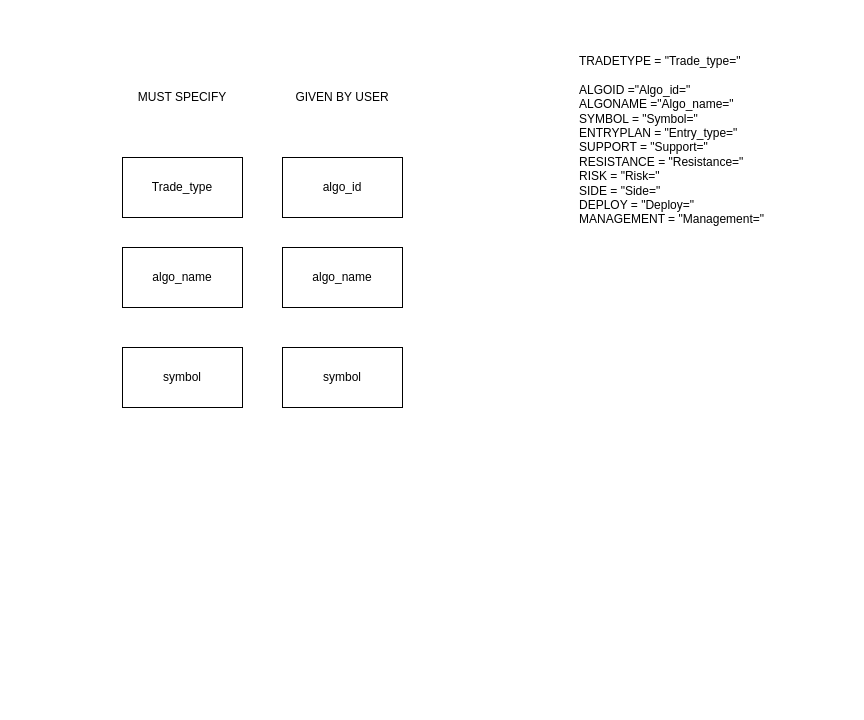
Earlier version of the draw.io diagram blueprints/ALGO_API.drawio (chiaochiaoo/GoodTrade). Source tidied: cells renumbered, new cells numbered last; positions are measured from the earlier drawing's top-left corner, leaving out a move shared by most shapes. Both pictures are drawn from the tidied source at 100%, with x=0, y=0 at pixel (117, 47).
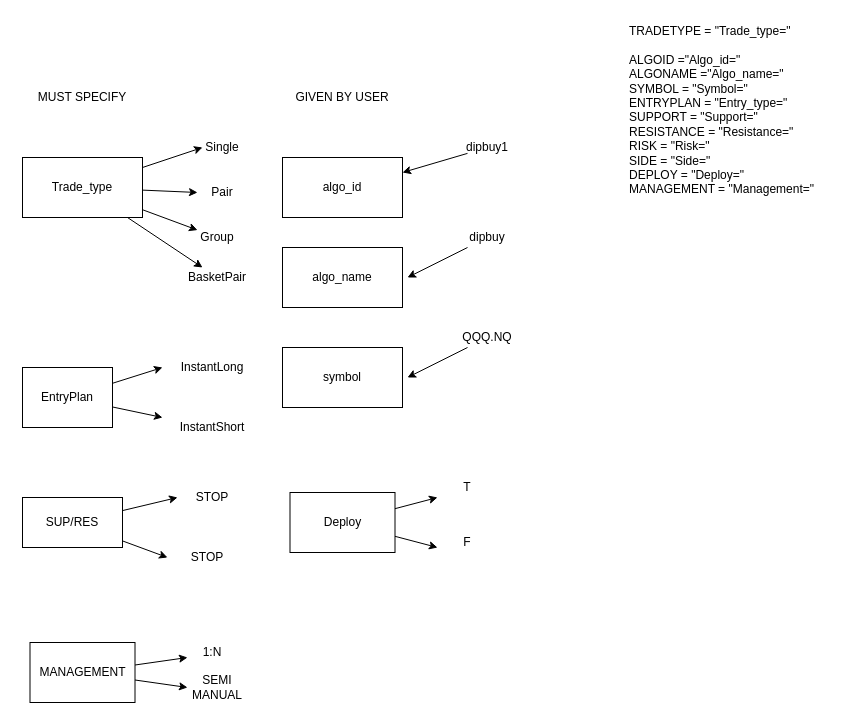
After the change.

Unchanged cells that the change refers to:
```xml
<mxCell id="2" value="algo_id" style="rounded=0;whiteSpace=wrap;html=1;" parent="1" vertex="1">
  <mxGeometry x="165" y="110" width="120" height="60" as="geometry" />
</mxCell>
```

Change to the diagram source:
```diff
@@
     <mxCell id="6" value="TRADETYPE = &quot;Trade_type=&quot;&lt;br&gt;&lt;br&gt;ALGOID =&quot;Algo_id=&quot;&lt;br&gt;ALGONAME =&quot;Algo_name=&quot;&lt;br&gt;SYMBOL = &quot;Symbol=&quot;&lt;br&gt;ENTRYPLAN = &quot;Entry_type=&quot;&lt;br&gt;SUPPORT = &quot;Support=&quot;&lt;br&gt;RESISTANCE = &quot;Resistance=&quot;&lt;br&gt;RISK =  &quot;Risk=&quot;&lt;br&gt;SIDE =  &quot;Side=&quot;&lt;br&gt;DEPLOY = &quot;Deploy=&quot;&lt;br&gt;MANAGEMENT = &quot;Management=&quot;" style="text;whiteSpace=wrap;html=1;" parent="1" vertex="1">
-      <mxGeometry x="460" width="270" height="250" as="geometry" />
+      <mxGeometry x="510" y="-30" width="200" height="190" as="geometry" />
     </mxCell>
+    <mxCell id="11" style="edgeStyle=none;rounded=0;jettySize=auto;html=1;entryX=0;entryY=0.5;entryDx=0;entryDy=0;" parent="1" edge="1" source="7" target="22">
+      <mxGeometry relative="1" as="geometry" />
+    </mxCell>
+    <mxCell id="12" style="edgeStyle=none;rounded=0;jettySize=auto;html=1;entryX=0;entryY=0.5;entryDx=0;entryDy=0;" parent="1" edge="1" source="7" target="23">
+      <mxGeometry relative="1" as="geometry" />
+    </mxCell>
+    <mxCell id="13" style="edgeStyle=none;rounded=0;jettySize=auto;html=1;" parent="1" edge="1" source="7" target="24">
+      <mxGeometry relative="1" as="geometry" />
+    </mxCell>
+    <mxCell id="14" style="edgeStyle=none;rounded=0;jettySize=auto;html=1;" parent="1" edge="1" source="7" target="25">
+      <mxGeometry relative="1" as="geometry" />
+    </mxCell>
     <mxCell id="7" value="Trade_type" style="rounded=0;whiteSpace=wrap;html=1;" parent="1" vertex="1">
-      <mxGeometry x="5" y="110" width="120" height="60" as="geometry" />
+      <mxGeometry x="-95" y="110" width="120" height="60" as="geometry" />
     </mxCell>
-    <mxCell id="8" value="algo_name" style="rounded=0;whiteSpace=wrap;html=1;" parent="1" vertex="1">
-      <mxGeometry x="5" y="200" width="120" height="60" as="geometry" />
-    </mxCell>
-    <mxCell id="9" value="symbol" style="rounded=0;whiteSpace=wrap;html=1;" parent="1" vertex="1">
-      <mxGeometry x="5" y="300" width="120" height="60" as="geometry" />
-    </mxCell>
     <mxCell id="10" value="MUST SPECIFY" style="text;html=1;strokeColor=none;fillColor=none;align=center;verticalAlign=middle;whiteSpace=wrap;rounded=0;" parent="1" vertex="1">
-      <mxGeometry y="40" width="130" height="20" as="geometry" />
+      <mxGeometry x="-100" y="40" width="130" height="20" as="geometry" />
     </mxCell>
+    <mxCell id="15" style="edgeStyle=none;rounded=0;jettySize=auto;html=1;entryX=1;entryY=0.25;entryDx=0;entryDy=0;" parent="1" edge="1" source="16" target="2">
+      <mxGeometry relative="1" as="geometry" />
+    </mxCell>
+    <mxCell id="16" value="dipbuy1" style="text;html=1;strokeColor=none;fillColor=none;align=center;verticalAlign=middle;whiteSpace=wrap;rounded=0;" parent="1" vertex="1">
+      <mxGeometry x="350" y="90" width="40" height="20" as="geometry" />
+    </mxCell>
+    <mxCell id="17" style="edgeStyle=none;rounded=0;orthogonalLoop=1;jettySize=auto;html=1;exitX=0.5;exitY=0;exitDx=0;exitDy=0;" parent="1" edge="1" source="16" target="16">
+      <mxGeometry relative="1" as="geometry" />
+    </mxCell>
+    <mxCell id="18" style="edgeStyle=none;rounded=0;jettySize=auto;html=1;" parent="1" edge="1" source="19">
+      <mxGeometry relative="1" as="geometry">
+        <mxPoint x="290" y="230" as="targetPoint" />
+      </mxGeometry>
+    </mxCell>
+    <mxCell id="19" value="dipbuy" style="text;html=1;strokeColor=none;fillColor=none;align=center;verticalAlign=middle;whiteSpace=wrap;rounded=0;" parent="1" vertex="1">
+      <mxGeometry x="350" y="170" width="40" height="40" as="geometry" />
+    </mxCell>
+    <mxCell id="20" style="edgeStyle=none;rounded=0;jettySize=auto;html=1;" parent="1" edge="1" source="21">
+      <mxGeometry relative="1" as="geometry">
+        <mxPoint x="290" y="330" as="targetPoint" />
+      </mxGeometry>
+    </mxCell>
+    <mxCell id="21" value="QQQ.NQ" style="text;html=1;strokeColor=none;fillColor=none;align=center;verticalAlign=middle;whiteSpace=wrap;rounded=0;" parent="1" vertex="1">
+      <mxGeometry x="350" y="270" width="40" height="40" as="geometry" />
+    </mxCell>
+    <mxCell id="22" value="Single" style="text;html=1;strokeColor=none;fillColor=none;align=center;verticalAlign=middle;whiteSpace=wrap;rounded=0;" parent="1" vertex="1">
+      <mxGeometry x="85" y="90" width="40" height="20" as="geometry" />
+    </mxCell>
+    <mxCell id="23" value="Pair" style="text;html=1;strokeColor=none;fillColor=none;align=center;verticalAlign=middle;whiteSpace=wrap;rounded=0;" parent="1" vertex="1">
+      <mxGeometry x="80" y="130" width="50" height="30" as="geometry" />
+    </mxCell>
+    <mxCell id="24" value="Group" style="text;html=1;strokeColor=none;fillColor=none;align=center;verticalAlign=middle;whiteSpace=wrap;rounded=0;" parent="1" vertex="1">
+      <mxGeometry x="80" y="180" width="40" height="20" as="geometry" />
+    </mxCell>
+    <mxCell id="25" value="BasketPair" style="text;html=1;strokeColor=none;fillColor=none;align=center;verticalAlign=middle;whiteSpace=wrap;rounded=0;" parent="1" vertex="1">
+      <mxGeometry x="80" y="220" width="40" height="20" as="geometry" />
+    </mxCell>
+    <mxCell id="26" style="edgeStyle=none;rounded=0;jettySize=auto;html=1;" parent="1" edge="1" source="28">
+      <mxGeometry relative="1" as="geometry">
+        <mxPoint x="45" y="320" as="targetPoint" />
+      </mxGeometry>
+    </mxCell>
+    <mxCell id="27" style="edgeStyle=none;rounded=0;jettySize=auto;html=1;" parent="1" edge="1" source="28">
+      <mxGeometry relative="1" as="geometry">
+        <mxPoint x="45" y="370" as="targetPoint" />
+      </mxGeometry>
+    </mxCell>
+    <mxCell id="28" value="EntryPlan" style="rounded=0;whiteSpace=wrap;html=1;" parent="1" vertex="1">
+      <mxGeometry x="-95" y="320" width="90" height="60" as="geometry" />
+    </mxCell>
+    <mxCell id="29" value="InstantLong" style="text;html=1;strokeColor=none;fillColor=none;align=center;verticalAlign=middle;whiteSpace=wrap;rounded=0;" parent="1" vertex="1">
+      <mxGeometry x="75" y="310" width="40" height="20" as="geometry" />
+    </mxCell>
+    <mxCell id="30" value="InstantShort" style="text;html=1;strokeColor=none;fillColor=none;align=center;verticalAlign=middle;whiteSpace=wrap;rounded=0;" parent="1" vertex="1">
+      <mxGeometry x="75" y="370" width="40" height="20" as="geometry" />
+    </mxCell>
+    <mxCell id="31" style="edgeStyle=none;rounded=0;jettySize=auto;html=1;" parent="1" edge="1" source="33">
+      <mxGeometry relative="1" as="geometry">
+        <mxPoint x="60" y="450" as="targetPoint" />
+      </mxGeometry>
+    </mxCell>
+    <mxCell id="32" style="edgeStyle=none;rounded=0;jettySize=auto;html=1;" parent="1" edge="1" source="33">
+      <mxGeometry relative="1" as="geometry">
+        <mxPoint x="50" y="510" as="targetPoint" />
+      </mxGeometry>
+    </mxCell>
+    <mxCell id="33" value="SUP/RES" style="rounded=0;whiteSpace=wrap;html=1;" parent="1" vertex="1">
+      <mxGeometry x="-95" y="450" width="100" height="50" as="geometry" />
+    </mxCell>
+    <mxCell id="34" value="STOP" style="text;html=1;strokeColor=none;fillColor=none;align=center;verticalAlign=middle;whiteSpace=wrap;rounded=0;" parent="1" vertex="1">
+      <mxGeometry x="70" y="500" width="40" height="20" as="geometry" />
+    </mxCell>
+    <mxCell id="35" value="STOP" style="text;html=1;strokeColor=none;fillColor=none;align=center;verticalAlign=middle;whiteSpace=wrap;rounded=0;" parent="1" vertex="1">
+      <mxGeometry x="75" y="440" width="40" height="20" as="geometry" />
+    </mxCell>
+    <mxCell id="36" style="edgeStyle=none;rounded=0;jettySize=auto;html=1;" parent="1" edge="1" source="38">
+      <mxGeometry relative="1" as="geometry">
+        <mxPoint x="320" y="450" as="targetPoint" />
+      </mxGeometry>
+    </mxCell>
+    <mxCell id="37" style="edgeStyle=none;rounded=0;jettySize=auto;html=1;" parent="1" edge="1" source="38">
+      <mxGeometry relative="1" as="geometry">
+        <mxPoint x="320" y="500" as="targetPoint" />
+      </mxGeometry>
+    </mxCell>
+    <mxCell id="38" value="Deploy" style="rounded=0;whiteSpace=wrap;html=1;" parent="1" vertex="1">
+      <mxGeometry x="172.5" y="445" width="105" height="60" as="geometry" />
+    </mxCell>
+    <mxCell id="39" value="T" style="text;html=1;strokeColor=none;fillColor=none;align=center;verticalAlign=middle;whiteSpace=wrap;rounded=0;" parent="1" vertex="1">
+      <mxGeometry x="330" y="430" width="40" height="20" as="geometry" />
+    </mxCell>
+    <mxCell id="40" value="F" style="text;html=1;strokeColor=none;fillColor=none;align=center;verticalAlign=middle;whiteSpace=wrap;rounded=0;" parent="1" vertex="1">
+      <mxGeometry x="330" y="485" width="40" height="20" as="geometry" />
+    </mxCell>
+    <mxCell id="41" style="edgeStyle=none;rounded=0;jettySize=auto;html=1;" parent="1" edge="1" source="43">
+      <mxGeometry relative="1" as="geometry">
+        <mxPoint x="70" y="610" as="targetPoint" />
+      </mxGeometry>
+    </mxCell>
+    <mxCell id="42" style="edgeStyle=none;rounded=0;jettySize=auto;html=1;" parent="1" edge="1" source="43">
+      <mxGeometry relative="1" as="geometry">
+        <mxPoint x="70" y="640" as="targetPoint" />
+      </mxGeometry>
+    </mxCell>
+    <mxCell id="43" value="MANAGEMENT" style="rounded=0;whiteSpace=wrap;html=1;" parent="1" vertex="1">
+      <mxGeometry x="-87.5" y="595" width="105" height="60" as="geometry" />
+    </mxCell>
+    <mxCell id="44" value="1:N" style="text;html=1;strokeColor=none;fillColor=none;align=center;verticalAlign=middle;whiteSpace=wrap;rounded=0;" parent="1" vertex="1">
+      <mxGeometry x="75" y="595" width="40" height="20" as="geometry" />
+    </mxCell>
+    <mxCell id="45" value="SEMI MANUAL" style="text;html=1;strokeColor=none;fillColor=none;align=center;verticalAlign=middle;whiteSpace=wrap;rounded=0;" parent="1" vertex="1">
+      <mxGeometry x="80" y="630" width="40" height="20" as="geometry" />
+    </mxCell>
```
